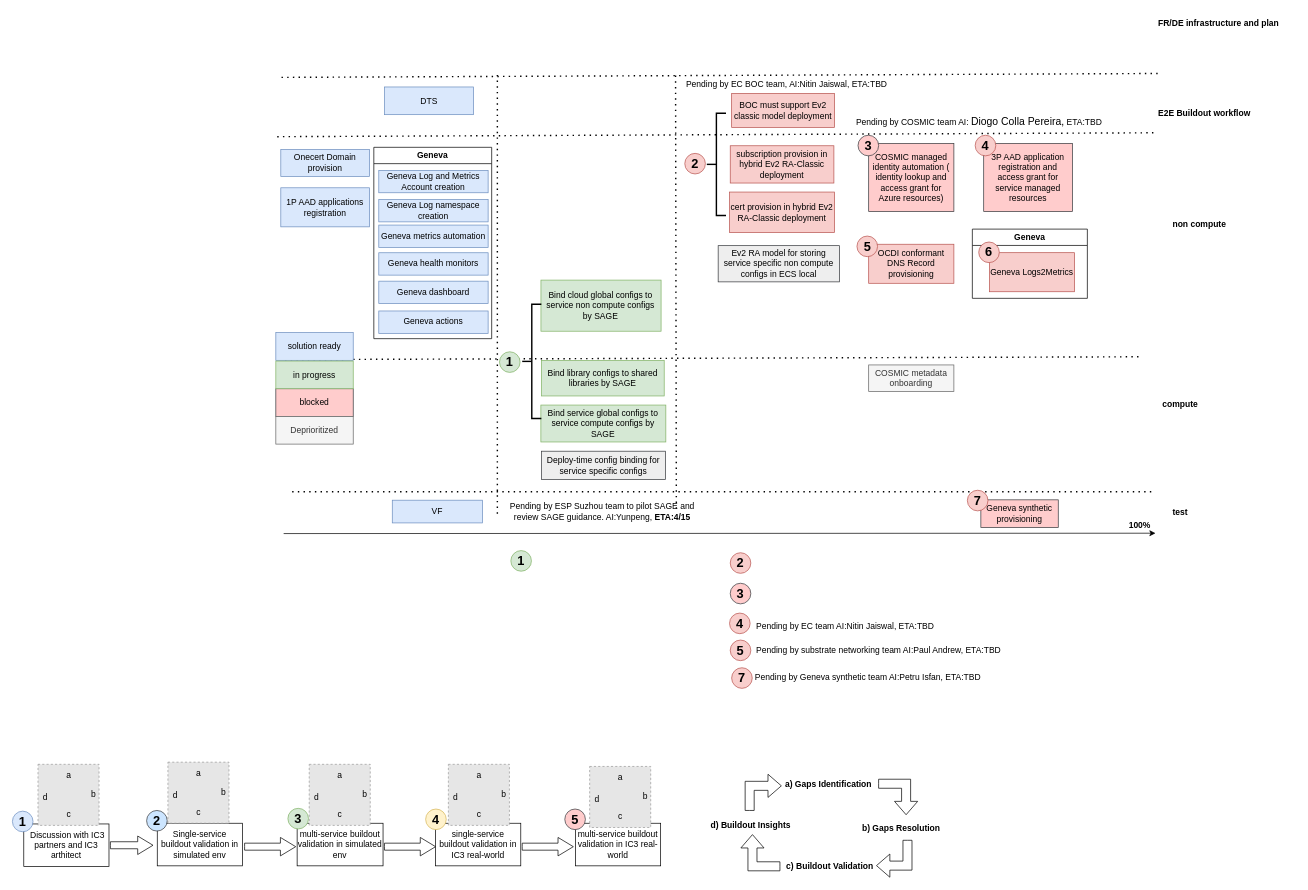
This is page "automation status overview" (9 of 10) of buildout.drawio from nonly/timewheel, a draw.io file, before an edit. Source tidied: cells renumbered, new cells numbered last; positions are measured from the earlier drawing's top-left corner, leaving out a move shared by most shapes. Both pictures are drawn from the tidied source at 71%, with x=0, y=0 at pixel (12, 12). Pictures stored in the file or linked from it are replaced by grey dashed boxes.
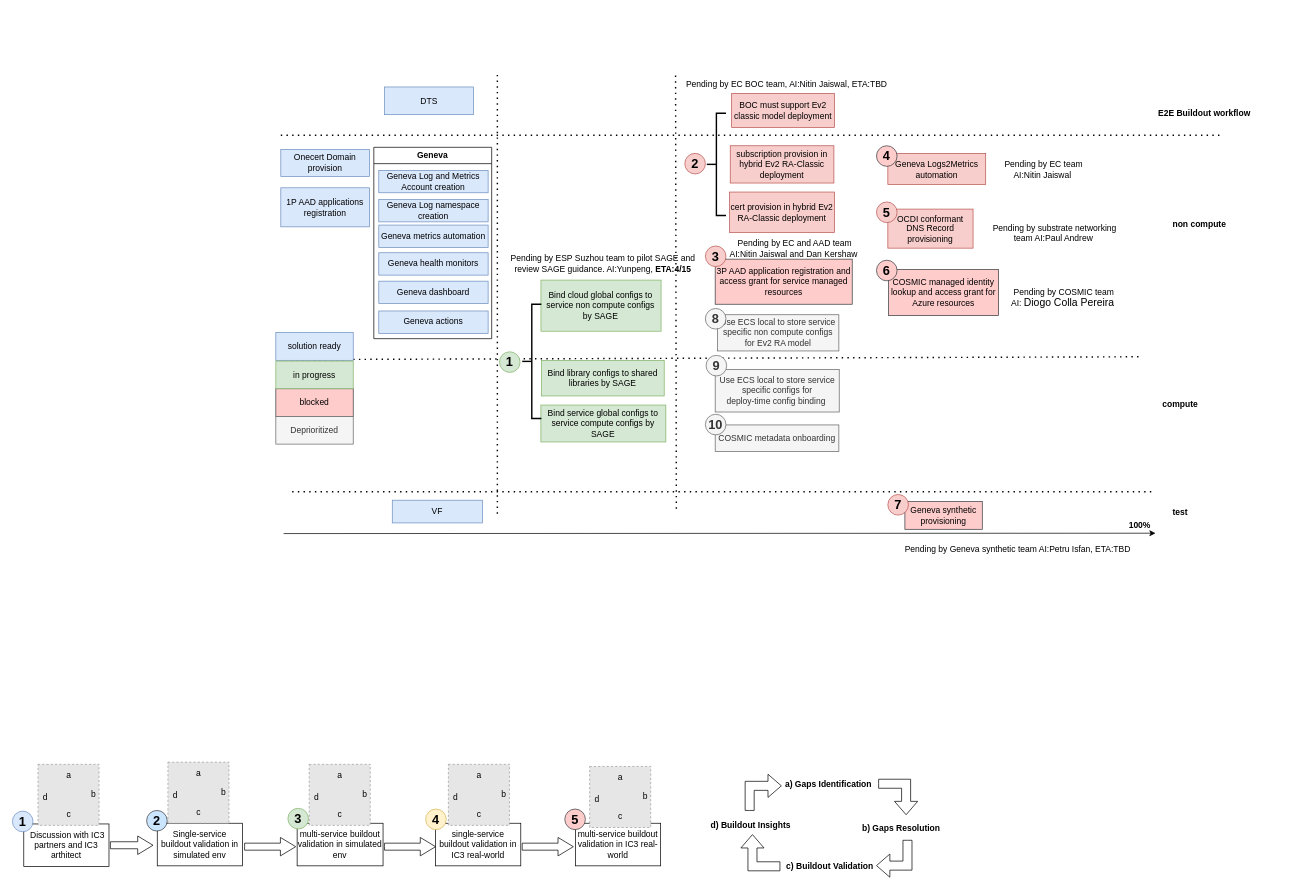
After the change.

The edit, as a diff of the source:
```diff
@@
-    <mxCell id="2" value="Geneva" style="swimlane;whiteSpace=wrap;html=1;" parent="1" vertex="1">
-      <mxGeometry x="1352" y="305.2" width="162" height="97.5" as="geometry" />
-    </mxCell>
-    <mxCell id="3" value="Geneva Logs2Metrics" style="rounded=0;whiteSpace=wrap;html=1;fillColor=#f8cecc;strokeColor=#b85450;" parent="2" vertex="1">
-      <mxGeometry x="24" y="33.2" width="120" height="55" as="geometry" />
-    </mxCell>
-    <mxCell id="4" value="&lt;font size=&quot;1&quot; style=&quot;&quot;&gt;&lt;b style=&quot;font-size: 18px;&quot;&gt;6&lt;/b&gt;&lt;/font&gt;" style="ellipse;whiteSpace=wrap;html=1;strokeWidth=1;fillColor=#f8cecc;strokeColor=#b85450;" parent="2" vertex="1">
-      <mxGeometry x="9" y="18.2" width="29" height="29" as="geometry" />
-    </mxCell>
@@
-    <mxCell id="8" value="Ev2 RA model for storing service specific non compute configs in ECS local" style="rounded=0;whiteSpace=wrap;html=1;fillColor=#eeeeee;strokeColor=#36393d;" parent="1" vertex="1">
-      <mxGeometry x="994" y="328.5" width="171" height="51" as="geometry" />
+    <mxCell id="8" value="Use ECS local to store service specific non compute configs for Ev2 RA model" style="rounded=0;whiteSpace=wrap;html=1;fillColor=#f5f5f5;strokeColor=#666666;fontColor=#333333;" parent="1" vertex="1">
+      <mxGeometry x="993" y="425.8" width="171" height="51" as="geometry" />
     </mxCell>
-    <mxCell id="9" value="Deploy-time config binding for service specific configs" style="rounded=0;whiteSpace=wrap;html=1;fillColor=#eeeeee;strokeColor=#36393d;" parent="1" vertex="1">
-      <mxGeometry x="745.3" y="618" width="174.7" height="40" as="geometry" />
+    <mxCell id="9" value="Use ECS local to store service specific configs for&lt;br&gt;deploy-time config binding&amp;nbsp;" style="rounded=0;whiteSpace=wrap;html=1;fillColor=#f5f5f5;strokeColor=#666666;fontColor=#333333;" parent="1" vertex="1">
+      <mxGeometry x="989.8" y="502.8" width="174.7" height="60" as="geometry" />
     </mxCell>
@@
     <mxCell id="14" value="3P AAD application registration and access grant for service managed resources" style="rounded=0;whiteSpace=wrap;html=1;fillColor=#ffcccc;strokeColor=#36393d;" parent="1" vertex="1">
-      <mxGeometry x="1368" y="184.5" width="125" height="96" as="geometry" />
+      <mxGeometry x="989.8" y="347.5" width="193" height="63.5" as="geometry" />
     </mxCell>
     <mxCell id="15" value="OCDI conformant DNS Record provisioning" style="rounded=0;whiteSpace=wrap;html=1;fillColor=#f8cecc;strokeColor=#b85450;" parent="1" vertex="1">
-      <mxGeometry x="1206" y="326.5" width="120" height="55" as="geometry" />
+      <mxGeometry x="1233" y="277" width="120" height="55" as="geometry" />
     </mxCell>
-    <mxCell id="16" value="COSMIC managed identity automation ( identity lookup and access grant for Azure resources)" style="rounded=0;whiteSpace=wrap;html=1;fillColor=#ffcccc;strokeColor=#36393d;" parent="1" vertex="1">
-      <mxGeometry x="1206" y="184.5" width="120" height="96" as="geometry" />
+    <mxCell id="16" value="COSMIC managed identity lookup and access grant for Azure resources" style="rounded=0;whiteSpace=wrap;html=1;fillColor=#ffcccc;strokeColor=#36393d;" parent="1" vertex="1">
+      <mxGeometry x="1234" y="362" width="155" height="65" as="geometry" />
     </mxCell>
     <mxCell id="17" value="Geneva synthetic provisioning" style="rounded=0;whiteSpace=wrap;html=1;fillColor=#ffcccc;strokeColor=#36393d;" parent="1" vertex="1">
-      <mxGeometry x="1364" y="686.5" width="109" height="39" as="geometry" />
+      <mxGeometry x="1257" y="689" width="109" height="39" as="geometry" />
     </mxCell>
     <mxCell id="18" value="&amp;nbsp;&lt;span style=&quot;background-color: initial;&quot;&gt;&lt;br&gt;Pending by ESP Suzhou team to pilot SAGE and review SAGE guidance. AI:Yunpeng, &lt;b&gt;ETA:4/15&lt;/b&gt;&lt;/span&gt;" style="text;html=1;align=center;verticalAlign=middle;whiteSpace=wrap;rounded=0;" parent="1" vertex="1">
-      <mxGeometry x="686" y="681" width="290" height="30" as="geometry" />
+      <mxGeometry x="687.3" y="332" width="290" height="30" as="geometry" />
     </mxCell>
@@
     <mxCell id="20" value="COSMIC metadata onboarding" style="rounded=0;whiteSpace=wrap;html=1;fillColor=#f5f5f5;strokeColor=#666666;fontColor=#333333;" parent="1" vertex="1">
-      <mxGeometry x="1206" y="496.5" width="120" height="37.5" as="geometry" />
+      <mxGeometry x="989.8" y="581" width="174.2" height="37.5" as="geometry" />
     </mxCell>
-    <mxCell id="21" style="endArrow=none;dashed=1;html=1;dashPattern=1 3;strokeWidth=2;rounded=0;" parent="1" edge="1">
-      <mxGeometry relative="1" as="geometry">
-        <mxPoint x="373" y="175" as="sourcePoint" />
-        <mxPoint x="1612" y="169.5" as="targetPoint" />
-      </mxGeometry>
-    </mxCell>
@@
-    <mxCell id="39" value="&lt;font size=&quot;1&quot; style=&quot;&quot;&gt;&lt;b style=&quot;font-size: 18px;&quot;&gt;1&lt;/b&gt;&lt;/font&gt;" style="ellipse;whiteSpace=wrap;html=1;strokeWidth=1;fillColor=#d5e8d4;strokeColor=#82b366;" parent="1" vertex="1">
-      <mxGeometry x="702" y="758" width="29" height="29" as="geometry" />
-    </mxCell>
@@
-    <mxCell id="43" value="&lt;font size=&quot;1&quot; style=&quot;&quot;&gt;&lt;b style=&quot;font-size: 18px;&quot;&gt;2&lt;/b&gt;&lt;/font&gt;" style="ellipse;whiteSpace=wrap;html=1;strokeWidth=1;fillColor=#f8cecc;strokeColor=#b85450;" parent="1" vertex="1">
-      <mxGeometry x="1011" y="761" width="29" height="29" as="geometry" />
-    </mxCell>
-    <mxCell id="44" value="&lt;font size=&quot;1&quot; style=&quot;&quot;&gt;&lt;b style=&quot;font-size: 18px;&quot;&gt;4&lt;/b&gt;&lt;/font&gt;" style="ellipse;whiteSpace=wrap;html=1;strokeWidth=1;fillColor=#f8cecc;strokeColor=#b85450;" parent="1" vertex="1">
-      <mxGeometry x="1356" y="173" width="29" height="29" as="geometry" />
-    </mxCell>
-    <mxCell id="45" value="&lt;font size=&quot;1&quot; style=&quot;&quot;&gt;&lt;b style=&quot;font-size: 18px;&quot;&gt;3&lt;/b&gt;&lt;/font&gt;" style="ellipse;whiteSpace=wrap;html=1;strokeWidth=1;fillColor=#ffcccc;strokeColor=#36393d;" parent="1" vertex="1">
-      <mxGeometry x="1191" y="173" width="29" height="29" as="geometry" />
+    <mxCell id="45" value="&lt;font size=&quot;1&quot; style=&quot;&quot;&gt;&lt;b style=&quot;font-size: 18px;&quot;&gt;6&lt;/b&gt;&lt;/font&gt;" style="ellipse;whiteSpace=wrap;html=1;strokeWidth=1;fillColor=#ffcccc;strokeColor=#36393d;" parent="1" vertex="1">
+      <mxGeometry x="1217" y="349" width="29" height="29" as="geometry" />
     </mxCell>
@@
-    <mxCell id="47" value="&amp;nbsp;Pending by COSMIC team AI:&amp;nbsp;&lt;span style=&quot;font-size: 11pt; font-family: Calibri, sans-serif;&quot;&gt;Diogo Colla Pereira,&lt;/span&gt;&amp;nbsp;ETA:TBD" style="text;html=1;align=center;verticalAlign=middle;whiteSpace=wrap;rounded=0;" parent="1" vertex="1">
-      <mxGeometry x="1179.8" y="139" width="359.5" height="30" as="geometry" />
-    </mxCell>
-    <mxCell id="48" value="&lt;font size=&quot;1&quot; style=&quot;&quot;&gt;&lt;b style=&quot;font-size: 18px;&quot;&gt;3&lt;/b&gt;&lt;/font&gt;" style="ellipse;whiteSpace=wrap;html=1;strokeWidth=1;fillColor=#ffcccc;strokeColor=#36393d;" parent="1" vertex="1">
-      <mxGeometry x="1011" y="804" width="29" height="29" as="geometry" />
-    </mxCell>
-    <mxCell id="49" value="&lt;font style=&quot;font-size: 12px;&quot;&gt;&amp;nbsp;Pending by EC team AI:Nitin Jaiswal, ETA:TBD&lt;/font&gt;" style="text;html=1;align=center;verticalAlign=middle;whiteSpace=wrap;rounded=0;" parent="1" vertex="1">
-      <mxGeometry x="1040" y="850" width="263" height="30" as="geometry" />
-    </mxCell>
-    <mxCell id="50" value="&lt;font size=&quot;1&quot; style=&quot;&quot;&gt;&lt;b style=&quot;font-size: 18px;&quot;&gt;4&lt;/b&gt;&lt;/font&gt;" style="ellipse;whiteSpace=wrap;html=1;strokeWidth=1;fillColor=#f8cecc;strokeColor=#b85450;" parent="1" vertex="1">
-      <mxGeometry x="1010" y="846" width="29" height="29" as="geometry" />
-    </mxCell>
     <mxCell id="51" value="&lt;font size=&quot;1&quot; style=&quot;&quot;&gt;&lt;b style=&quot;font-size: 18px;&quot;&gt;5&lt;/b&gt;&lt;/font&gt;" style="ellipse;whiteSpace=wrap;html=1;strokeWidth=1;fillColor=#f8cecc;strokeColor=#b85450;" parent="1" vertex="1">
-      <mxGeometry x="1189.5" y="315" width="29" height="29" as="geometry" />
+      <mxGeometry x="1217" y="267" width="29" height="29" as="geometry" />
     </mxCell>
-    <mxCell id="52" value="&lt;font size=&quot;1&quot; style=&quot;&quot;&gt;&lt;b style=&quot;font-size: 18px;&quot;&gt;5&lt;/b&gt;&lt;/font&gt;" style="ellipse;whiteSpace=wrap;html=1;strokeWidth=1;fillColor=#f8cecc;strokeColor=#b85450;" parent="1" vertex="1">
-      <mxGeometry x="1011" y="884" width="29" height="29" as="geometry" />
-    </mxCell>
     <mxCell id="53" value="&lt;font style=&quot;font-size: 12px;&quot;&gt;&amp;nbsp;Pending by Geneva synthetic team AI:Petru Isfan, ETA:TBD&lt;/font&gt;" style="text;html=1;align=center;verticalAlign=middle;whiteSpace=wrap;rounded=0;" parent="1" vertex="1">
-      <mxGeometry x="1013" y="922" width="381" height="30" as="geometry" />
+      <mxGeometry x="1224" y="742" width="381" height="30" as="geometry" />
     </mxCell>
     <mxCell id="54" value="&lt;font size=&quot;1&quot; style=&quot;&quot;&gt;&lt;b style=&quot;font-size: 18px;&quot;&gt;7&lt;/b&gt;&lt;/font&gt;" style="ellipse;whiteSpace=wrap;html=1;strokeWidth=1;fillColor=#f8cecc;strokeColor=#b85450;" parent="1" vertex="1">
-      <mxGeometry x="1345" y="673" width="29" height="29" as="geometry" />
+      <mxGeometry x="1233" y="679" width="29" height="29" as="geometry" />
     </mxCell>
-    <mxCell id="55" value="&lt;font style=&quot;font-size: 12px;&quot;&gt;&amp;nbsp;Pending by substrate networking team AI:Paul Andrew, ETA:TBD&lt;/font&gt;" style="text;html=1;align=center;verticalAlign=middle;whiteSpace=wrap;rounded=0;" parent="1" vertex="1">
-      <mxGeometry x="1028" y="884" width="381" height="30" as="geometry" />
+    <mxCell id="55" value="&lt;font style=&quot;font-size: 12px;&quot;&gt;&amp;nbsp;Pending by substrate networking team AI:Paul Andrew&lt;/font&gt;" style="text;html=1;align=center;verticalAlign=middle;whiteSpace=wrap;rounded=0;" parent="1" vertex="1">
+      <mxGeometry x="1364" y="296" width="205" height="30" as="geometry" />
     </mxCell>
@@
-    <mxCell id="110" value="&lt;font size=&quot;1&quot; style=&quot;&quot;&gt;&lt;b style=&quot;font-size: 18px;&quot;&gt;7&lt;/b&gt;&lt;/font&gt;" style="ellipse;whiteSpace=wrap;html=1;strokeWidth=1;fillColor=#f8cecc;strokeColor=#b85450;" parent="1" vertex="1">
-      <mxGeometry x="1013" y="923" width="29" height="29" as="geometry" />
-    </mxCell>
@@
-    <mxCell id="118" style="endArrow=none;dashed=1;html=1;dashPattern=1 3;strokeWidth=2;rounded=0;" parent="1" edge="1">
-      <mxGeometry relative="1" as="geometry">
-        <mxPoint x="379" y="91.5" as="sourcePoint" />
-        <mxPoint x="1618" y="86" as="targetPoint" />
-      </mxGeometry>
-    </mxCell>
-    <mxCell id="119" value="&lt;font style=&quot;font-size: 12px;&quot;&gt;&lt;b&gt;FR/DE infrastructure and plan&lt;/b&gt;&lt;/font&gt;" style="text;html=1;align=center;verticalAlign=middle;whiteSpace=wrap;rounded=0;" parent="1" vertex="1">
-      <mxGeometry x="1591" width="216" height="30" as="geometry" />
-    </mxCell>
+    <mxCell id="49" value="&lt;font style=&quot;font-size: 12px;&quot;&gt;&amp;nbsp;Pending by EC and AAD team AI:Nitin Jaiswal and Dan Kershaw&lt;/font&gt;" style="text;html=1;align=center;verticalAlign=middle;whiteSpace=wrap;rounded=0;" parent="1" vertex="1">
+      <mxGeometry x="1000" y="317.5" width="201" height="30" as="geometry" />
+    </mxCell>
+    <mxCell id="3" value="Geneva Logs2Metrics automation" style="rounded=0;whiteSpace=wrap;html=1;fillColor=#f8cecc;strokeColor=#b85450;" parent="1" vertex="1">
+      <mxGeometry x="1233" y="198.5" width="137.8" height="44" as="geometry" />
+    </mxCell>
+    <mxCell id="50" value="&lt;font size=&quot;1&quot; style=&quot;&quot;&gt;&lt;b style=&quot;font-size: 18px;&quot;&gt;4&lt;/b&gt;&lt;/font&gt;" style="ellipse;whiteSpace=wrap;html=1;strokeWidth=1;fillColor=#ffcccc;strokeColor=#36393d;" parent="1" vertex="1">
+      <mxGeometry x="1217" y="187.8" width="29" height="29" as="geometry" />
+    </mxCell>
+    <mxCell id="120" value="&lt;font style=&quot;font-size: 12px;&quot;&gt;&amp;nbsp;Pending by EC team AI:Nitin Jaiswal&lt;/font&gt;" style="text;html=1;align=center;verticalAlign=middle;whiteSpace=wrap;rounded=0;" parent="1" vertex="1">
+      <mxGeometry x="1377" y="205.5" width="148" height="30" as="geometry" />
+    </mxCell>
+    <mxCell id="44" value="&lt;font size=&quot;1&quot; style=&quot;&quot;&gt;&lt;b style=&quot;font-size: 18px;&quot;&gt;3&lt;/b&gt;&lt;/font&gt;" style="ellipse;whiteSpace=wrap;html=1;strokeWidth=1;fillColor=#f8cecc;strokeColor=#b85450;" parent="1" vertex="1">
+      <mxGeometry x="976" y="329" width="29" height="29" as="geometry" />
+    </mxCell>
+    <mxCell id="121" style="endArrow=none;dashed=1;html=1;dashPattern=1 3;strokeWidth=2;rounded=0;" parent="1" edge="1">
+      <mxGeometry relative="1" as="geometry">
+        <mxPoint x="378" y="173" as="sourcePoint" />
+        <mxPoint x="1705" y="173" as="targetPoint" />
+      </mxGeometry>
+    </mxCell>
+    <mxCell id="122" value="&amp;nbsp;Pending by COSMIC team AI:&amp;nbsp;&lt;span style=&quot;font-size: 11pt; font-family: Calibri, sans-serif;&quot;&gt;Diogo Colla Pereira&lt;/span&gt;" style="text;html=1;align=center;verticalAlign=middle;whiteSpace=wrap;rounded=0;" parent="1" vertex="1">
+      <mxGeometry x="1396" y="387" width="167" height="30" as="geometry" />
+    </mxCell>
+    <mxCell id="123" value="&lt;font size=&quot;1&quot; style=&quot;&quot;&gt;&lt;b style=&quot;font-size: 18px;&quot;&gt;8&lt;/b&gt;&lt;/font&gt;" style="ellipse;whiteSpace=wrap;html=1;strokeWidth=1;fillColor=#f5f5f5;strokeColor=#666666;fontColor=#333333;" parent="1" vertex="1">
+      <mxGeometry x="976" y="417" width="29" height="29" as="geometry" />
+    </mxCell>
+    <mxCell id="124" value="&lt;font size=&quot;1&quot; style=&quot;&quot;&gt;&lt;b style=&quot;font-size: 18px;&quot;&gt;9&lt;/b&gt;&lt;/font&gt;" style="ellipse;whiteSpace=wrap;html=1;strokeWidth=1;fillColor=#f5f5f5;strokeColor=#666666;fontColor=#333333;" parent="1" vertex="1">
+      <mxGeometry x="977" y="483" width="29" height="29" as="geometry" />
+    </mxCell>
+    <mxCell id="125" value="&lt;font size=&quot;1&quot; style=&quot;&quot;&gt;&lt;b style=&quot;font-size: 18px;&quot;&gt;10&lt;/b&gt;&lt;/font&gt;" style="ellipse;whiteSpace=wrap;html=1;strokeWidth=1;fillColor=#f5f5f5;strokeColor=#666666;fontColor=#333333;" parent="1" vertex="1">
+      <mxGeometry x="976" y="566" width="29" height="29" as="geometry" />
+    </mxCell>
```
